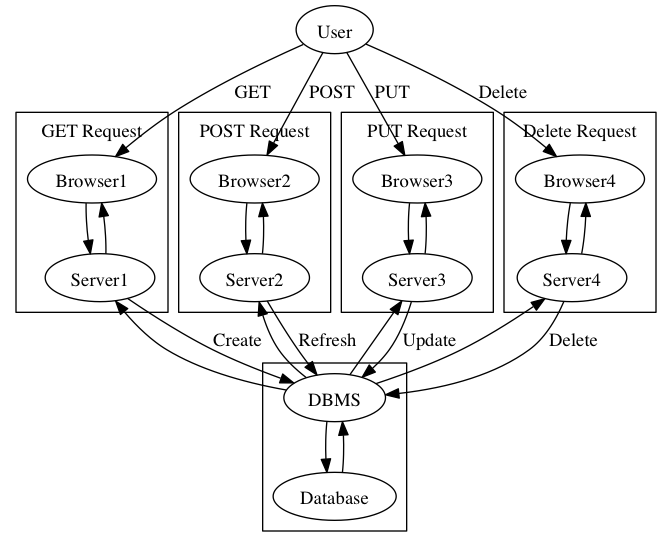
The Graphviz diagram dot/restful.png in phodal/thesis, before a commit. Its source is kept beside it as dot/restful.dot. Its diagram source:
```dot
digraph G{
  User->Browser1 [label="GET"];
  User->Browser2 [label="POST"];
  User->Browser3 [label="PUT"];
  User->Browser4 [label="Delete"];
  subgraph cluster0{
    DBMS->Database;
    Database->DBMS;
  }
  subgraph cluster1{
    label="GET Request";
    Browser1->Server1 ;
    Server1->DBMS [label="Create"];
    DBMS->Server1 [label=""];
    Server1->Browser1;
  }
  subgraph cluster2{
    label="POST Request";
    Browser2->Server2 ;
    Server2->DBMS [label="Refresh"];
    DBMS->Server2 [label=""];
    Server2->Browser2;
  }
  subgraph cluster3{
    label="PUT Request";
    Browser3->Server3 ;
    Server3->DBMS [label="Update"];
    DBMS->Server3 [label=""];
    Server3->Browser3;
  }
  subgraph cluster4{
    Browser4->Server4 ;
    Server4->DBMS [label="Delete"];
    DBMS->Server4 [label=""];
    Server4->Browser4;
    label="Delete Request";
  }

}
```
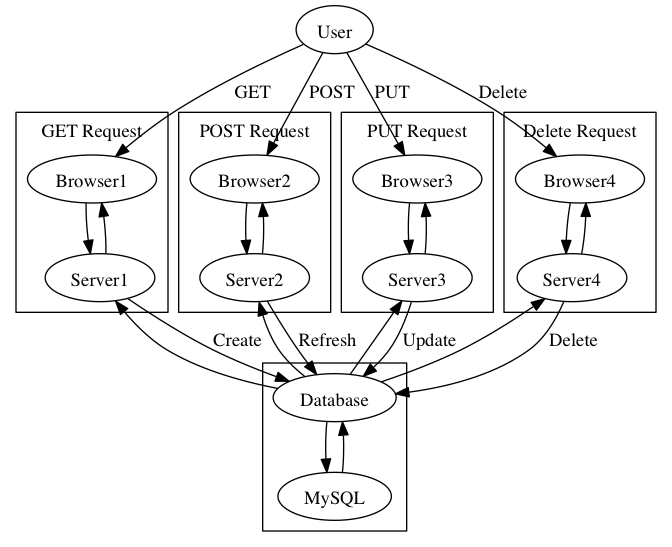
After the commit.

What changed in the source:
```diff
@@ -4,34 +4,34 @@
   User->Browser3 [label="PUT"];
   User->Browser4 [label="Delete"];
   subgraph cluster0{
-    DBMS->Database;
-    Database->DBMS;
+    Database->MySQL;
+    MySQL->Database;
   }
   subgraph cluster1{
     label="GET Request";
     Browser1->Server1 ;
-    Server1->DBMS [label="Create"];
-    DBMS->Server1 [label=""];
+    Server1->Database [label="Create"];
+    Database->Server1 [label=""];
     Server1->Browser1;
   }
   subgraph cluster2{
     label="POST Request";
     Browser2->Server2 ;
-    Server2->DBMS [label="Refresh"];
-    DBMS->Server2 [label=""];
+    Server2->Database [label="Refresh"];
+    Database->Server2 [label=""];
     Server2->Browser2;
   }
   subgraph cluster3{
     label="PUT Request";
     Browser3->Server3 ;
-    Server3->DBMS [label="Update"];
-    DBMS->Server3 [label=""];
+    Server3->Database [label="Update"];
+    Database->Server3 [label=""];
     Server3->Browser3;
   }
   subgraph cluster4{
     Browser4->Server4 ;
-    Server4->DBMS [label="Delete"];
-    DBMS->Server4 [label=""];
+    Server4->Database [label="Delete"];
+    Database->Server4 [label=""];
     Server4->Browser4;
     label="Delete Request";
   }
```
